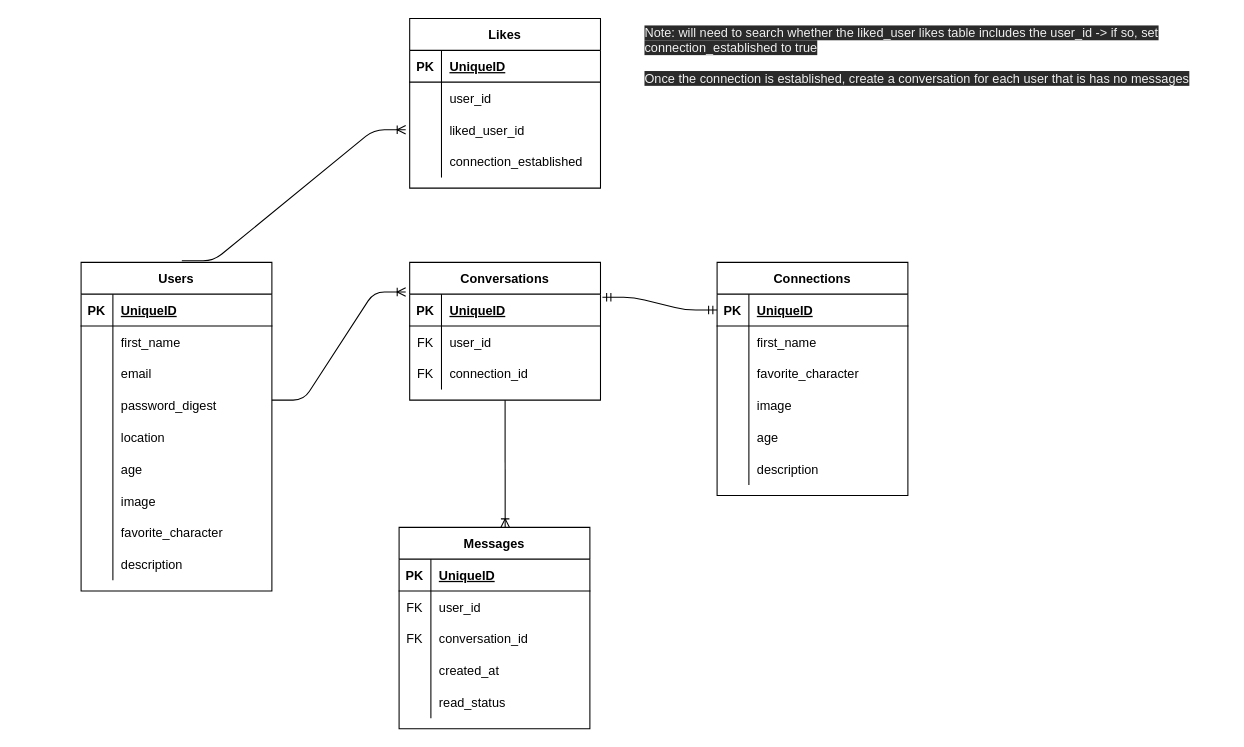
Before: ERD.drawio in matt-draghi/mos-nerdley-cantina, a draw.io diagram. Source tidied: cells renumbered, new cells numbered last; positions are measured from the earlier drawing's top-left corner, leaving out a move shared by most shapes. Both pictures are drawn from the tidied source at 106%, with x=0, y=0 at pixel (81, 18).
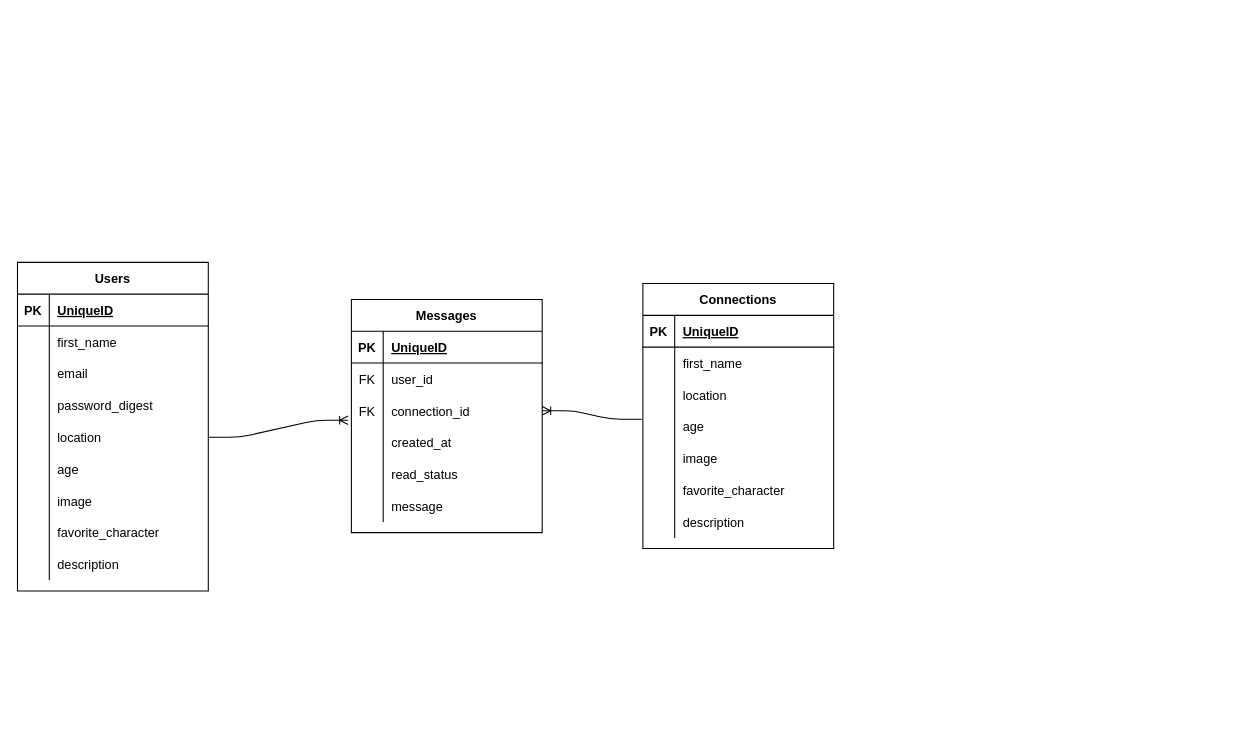
The same page after the edit.

Commit message (it also covers changes not shown here):
Created messages and connections tables; added two additional test users; create connections controller and model, and added index route for connections

Unchanged cells that the change refers to:
```xml
<mxCell id="15" style="shape=partialRectangle;fillColor=none;top=0;left=0;bottom=0;right=0;points=[[0,0.5],[1,0.5]];portConstraint=eastwest;" parent="2" vertex="1">
  <mxGeometry y="150" width="180" height="30" as="geometry" />
</mxCell>
<mxCell id="66" style="shape=partialRectangle;fillColor=none;top=0;left=0;bottom=0;right=0;points=[[0,0.5],[1,0.5]];portConstraint=eastwest;" parent="59" vertex="1">
  <mxGeometry y="90" width="180" height="30" as="geometry" />
</mxCell>
```

Diff of the diagram source:
```diff
@@
     <mxCell id="2" value="Users" style="shape=table;startSize=30;childLayout=tableLayout;rowLines=0;fontStyle=1;align=center;" parent="1" vertex="1">
-      <mxGeometry y="230" width="180" height="310" as="geometry" />
+      <mxGeometry x="-60" y="230" width="180" height="310" as="geometry" />
     </mxCell>
@@
-    <mxCell id="30" value="Conversations" style="shape=table;startSize=30;childLayout=tableLayout;rowLines=0;fontStyle=1;align=center;" parent="1" vertex="1">
-      <mxGeometry x="310" y="230" width="180" height="130" as="geometry" />
-    </mxCell>
-    <mxCell id="31" style="shape=partialRectangle;fillColor=none;top=0;left=0;bottom=1;right=0;points=[[0,0.5],[1,0.5]];portConstraint=eastwest;" parent="30" vertex="1">
-      <mxGeometry y="30" width="180" height="30" as="geometry" />
-    </mxCell>
-    <mxCell id="32" value="PK" style="shape=partialRectangle;fillColor=none;top=0;left=0;bottom=0;right=0;fontStyle=1;overflow=hidden;" parent="31" vertex="1">
-      <mxGeometry width="30" height="30" as="geometry" />
-    </mxCell>
-    <mxCell id="33" value="UniqueID" style="shape=partialRectangle;fillColor=none;top=0;left=0;bottom=0;right=0;align=left;spacingLeft=6;fontStyle=5;overflow=hidden;" parent="31" vertex="1">
-      <mxGeometry x="30" width="150" height="30" as="geometry" />
-    </mxCell>
-    <mxCell id="34" style="shape=partialRectangle;fillColor=none;top=0;left=0;bottom=0;right=0;" parent="30" vertex="1">
-      <mxGeometry y="60" width="180" height="30" as="geometry" />
-    </mxCell>
-    <mxCell id="35" value="FK" style="shape=partialRectangle;fillColor=none;top=0;left=0;bottom=0;right=0;overflow=hidden;" parent="34" vertex="1">
-      <mxGeometry width="30" height="30" as="geometry" />
-    </mxCell>
-    <mxCell id="36" value="user_id" style="shape=partialRectangle;fillColor=none;top=0;left=0;bottom=0;right=0;align=left;spacingLeft=6;overflow=hidden;" parent="34" vertex="1">
-      <mxGeometry x="30" width="150" height="30" as="geometry" />
-    </mxCell>
-    <mxCell id="37" style="shape=partialRectangle;fillColor=none;top=0;left=0;bottom=0;right=0;" parent="30" vertex="1">
-      <mxGeometry y="90" width="180" height="30" as="geometry" />
-    </mxCell>
-    <mxCell id="38" value="FK" style="shape=partialRectangle;fillColor=none;top=0;left=0;bottom=0;right=0;overflow=hidden;" parent="37" vertex="1">
-      <mxGeometry width="30" height="30" as="geometry" />
-    </mxCell>
-    <mxCell id="39" value="connection_id" style="shape=partialRectangle;fillColor=none;top=0;left=0;bottom=0;right=0;align=left;spacingLeft=6;overflow=hidden;" parent="37" vertex="1">
-      <mxGeometry x="30" width="150" height="30" as="geometry" />
-    </mxCell>
-    <mxCell id="40" value="Connections" style="shape=table;startSize=30;childLayout=tableLayout;rowLines=0;fontStyle=1;align=center;" parent="1" vertex="1">
-      <mxGeometry x="600" y="230" width="180" height="220" as="geometry" />
-    </mxCell>
-    <mxCell id="41" style="shape=partialRectangle;fillColor=none;top=0;left=0;bottom=1;right=0;points=[[0,0.5],[1,0.5]];portConstraint=eastwest;" parent="40" vertex="1">
-      <mxGeometry y="30" width="180" height="30" as="geometry" />
-    </mxCell>
-    <mxCell id="42" value="PK" style="shape=partialRectangle;fillColor=none;top=0;left=0;bottom=0;right=0;fontStyle=1;overflow=hidden;" parent="41" vertex="1">
-      <mxGeometry width="30" height="30" as="geometry" />
-    </mxCell>
-    <mxCell id="43" value="UniqueID" style="shape=partialRectangle;fillColor=none;top=0;left=0;bottom=0;right=0;align=left;spacingLeft=6;fontStyle=5;overflow=hidden;" parent="41" vertex="1">
-      <mxGeometry x="30" width="150" height="30" as="geometry" />
-    </mxCell>
-    <mxCell id="44" style="shape=partialRectangle;fillColor=none;top=0;left=0;bottom=0;right=0;" parent="40" vertex="1">
-      <mxGeometry y="60" width="180" height="30" as="geometry" />
-    </mxCell>
-    <mxCell id="45" style="shape=partialRectangle;fillColor=none;top=0;left=0;bottom=0;right=0;overflow=hidden;" parent="44" vertex="1">
-      <mxGeometry width="30" height="30" as="geometry" />
-    </mxCell>
-    <mxCell id="46" value="first_name" style="shape=partialRectangle;fillColor=none;top=0;left=0;bottom=0;right=0;align=left;spacingLeft=6;overflow=hidden;" parent="44" vertex="1">
-      <mxGeometry x="30" width="150" height="30" as="geometry" />
-    </mxCell>
-    <mxCell id="47" style="shape=partialRectangle;fillColor=none;top=0;left=0;bottom=0;right=0;" parent="40" vertex="1">
-      <mxGeometry y="90" width="180" height="30" as="geometry" />
-    </mxCell>
-    <mxCell id="48" style="shape=partialRectangle;fillColor=none;top=0;left=0;bottom=0;right=0;overflow=hidden;" parent="47" vertex="1">
-      <mxGeometry width="30" height="30" as="geometry" />
-    </mxCell>
-    <mxCell id="49" value="favorite_character" style="shape=partialRectangle;fillColor=none;top=0;left=0;bottom=0;right=0;align=left;spacingLeft=6;overflow=hidden;" parent="47" vertex="1">
-      <mxGeometry x="30" width="150" height="30" as="geometry" />
-    </mxCell>
-    <mxCell id="50" style="shape=partialRectangle;fillColor=none;top=0;left=0;bottom=0;right=0;" parent="40" vertex="1">
-      <mxGeometry y="120" width="180" height="30" as="geometry" />
-    </mxCell>
-    <mxCell id="51" style="shape=partialRectangle;fillColor=none;top=0;left=0;bottom=0;right=0;overflow=hidden;" parent="50" vertex="1">
-      <mxGeometry width="30" height="30" as="geometry" />
-    </mxCell>
-    <mxCell id="52" value="image" style="shape=partialRectangle;fillColor=none;top=0;left=0;bottom=0;right=0;align=left;spacingLeft=6;overflow=hidden;" parent="50" vertex="1">
-      <mxGeometry x="30" width="150" height="30" as="geometry" />
-    </mxCell>
-    <mxCell id="53" style="shape=partialRectangle;fillColor=none;top=0;left=0;bottom=0;right=0;" parent="40" vertex="1">
-      <mxGeometry y="150" width="180" height="30" as="geometry" />
-    </mxCell>
-    <mxCell id="54" style="shape=partialRectangle;fillColor=none;top=0;left=0;bottom=0;right=0;overflow=hidden;" parent="53" vertex="1">
-      <mxGeometry width="30" height="30" as="geometry" />
-    </mxCell>
-    <mxCell id="55" value="age" style="shape=partialRectangle;fillColor=none;top=0;left=0;bottom=0;right=0;align=left;spacingLeft=6;overflow=hidden;" parent="53" vertex="1">
-      <mxGeometry x="30" width="150" height="30" as="geometry" />
-    </mxCell>
-    <mxCell id="56" style="shape=partialRectangle;fillColor=none;top=0;left=0;bottom=0;right=0;" parent="40" vertex="1">
-      <mxGeometry y="180" width="180" height="30" as="geometry" />
-    </mxCell>
-    <mxCell id="57" style="shape=partialRectangle;fillColor=none;top=0;left=0;bottom=0;right=0;overflow=hidden;" parent="56" vertex="1">
-      <mxGeometry width="30" height="30" as="geometry" />
-    </mxCell>
-    <mxCell id="58" value="description" style="shape=partialRectangle;fillColor=none;top=0;left=0;bottom=0;right=0;align=left;spacingLeft=6;overflow=hidden;" parent="56" vertex="1">
-      <mxGeometry x="30" width="150" height="30" as="geometry" />
-    </mxCell>
     <mxCell id="59" value="Messages" style="shape=table;startSize=30;childLayout=tableLayout;rowLines=0;fontStyle=1;align=center;" parent="1" vertex="1">
-      <mxGeometry x="300" y="480" width="180" height="190" as="geometry" />
+      <mxGeometry x="255" y="265" width="180" height="220" as="geometry" />
     </mxCell>
@@
-    <mxCell id="68" value="conversation_id" style="shape=partialRectangle;fillColor=none;top=0;left=0;bottom=0;right=0;align=left;spacingLeft=6;overflow=hidden;" parent="66" vertex="1">
+    <mxCell id="68" value="connection_id" style="shape=partialRectangle;fillColor=none;top=0;left=0;bottom=0;right=0;align=left;spacingLeft=6;overflow=hidden;" parent="66" vertex="1">
       <mxGeometry x="30" width="150" height="30" as="geometry" />
     </mxCell>
@@
-    <mxCell id="75" style="edgeStyle=entityRelationEdgeStyle;fontSize=12;html=1;endArrow=ERoneToMany;entryX=-0.021;entryY=-0.067;entryDx=0;entryDy=0;entryPerimeter=0;" parent="1" edge="1" target="31">
-      <mxGeometry relative="1" as="geometry">
-        <mxPoint x="180" y="360" as="sourcePoint" />
-      </mxGeometry>
-    </mxCell>
-    <mxCell id="76" style="edgeStyle=entityRelationEdgeStyle;fontSize=12;html=1;endArrow=ERmandOne;startArrow=ERmandOne;entryX=0;entryY=0.5;entryDx=0;entryDy=0;exitX=1.01;exitY=0.1;exitDx=0;exitDy=0;exitPerimeter=0;" parent="1" edge="1" source="31" target="41">
-      <mxGeometry relative="1" as="geometry" />
-    </mxCell>
-    <mxCell id="77" style="fontSize=12;html=1;endArrow=ERoneToMany;exitX=0.5;exitY=1;exitDx=0;exitDy=0;entryX=0.556;entryY=0;entryDx=0;entryDy=0;entryPerimeter=0;" parent="1" edge="1" source="30" target="59">
-      <mxGeometry relative="1" as="geometry" />
-    </mxCell>
-    <mxCell id="78" value="Likes" style="shape=table;startSize=30;childLayout=tableLayout;rowLines=0;fontStyle=1;align=center;" parent="1" vertex="1">
-      <mxGeometry x="310" width="180" height="160" as="geometry" />
-    </mxCell>
-    <mxCell id="79" style="shape=partialRectangle;fillColor=none;top=0;left=0;bottom=1;right=0;" parent="78" vertex="1">
-      <mxGeometry y="30" width="180" height="30" as="geometry" />
-    </mxCell>
-    <mxCell id="80" value="PK" style="shape=partialRectangle;fillColor=none;top=0;left=0;bottom=0;right=0;fontStyle=1;overflow=hidden;" parent="79" vertex="1">
-      <mxGeometry width="30" height="30" as="geometry" />
-    </mxCell>
-    <mxCell id="81" value="UniqueID" style="shape=partialRectangle;fillColor=none;top=0;left=0;bottom=0;right=0;align=left;spacingLeft=6;fontStyle=5;overflow=hidden;" parent="79" vertex="1">
-      <mxGeometry x="30" width="150" height="30" as="geometry" />
-    </mxCell>
-    <mxCell id="82" style="shape=partialRectangle;fillColor=none;top=0;left=0;bottom=0;right=0;" parent="78" vertex="1">
-      <mxGeometry y="60" width="180" height="30" as="geometry" />
-    </mxCell>
-    <mxCell id="83" style="shape=partialRectangle;fillColor=none;top=0;left=0;bottom=0;right=0;overflow=hidden;" parent="82" vertex="1">
-      <mxGeometry width="30" height="30" as="geometry" />
-    </mxCell>
-    <mxCell id="84" value="user_id" style="shape=partialRectangle;fillColor=none;top=0;left=0;bottom=0;right=0;align=left;spacingLeft=6;overflow=hidden;" parent="82" vertex="1">
-      <mxGeometry x="30" width="150" height="30" as="geometry" />
-    </mxCell>
-    <mxCell id="85" style="shape=partialRectangle;fillColor=none;top=0;left=0;bottom=0;right=0;points=[[0,0.5],[1,0.5]];portConstraint=eastwest;" parent="78" vertex="1">
-      <mxGeometry y="90" width="180" height="30" as="geometry" />
-    </mxCell>
-    <mxCell id="86" style="shape=partialRectangle;fillColor=none;top=0;left=0;bottom=0;right=0;overflow=hidden;" parent="85" vertex="1">
-      <mxGeometry width="30" height="30" as="geometry" />
-    </mxCell>
-    <mxCell id="87" value="liked_user_id" style="shape=partialRectangle;fillColor=none;top=0;left=0;bottom=0;right=0;align=left;spacingLeft=6;overflow=hidden;" parent="85" vertex="1">
-      <mxGeometry x="30" width="150" height="30" as="geometry" />
-    </mxCell>
-    <mxCell id="88" style="shape=partialRectangle;fillColor=none;top=0;left=0;bottom=0;right=0;" parent="78" vertex="1">
-      <mxGeometry y="120" width="180" height="30" as="geometry" />
-    </mxCell>
-    <mxCell id="89" style="shape=partialRectangle;fillColor=none;top=0;left=0;bottom=0;right=0;overflow=hidden;" parent="88" vertex="1">
-      <mxGeometry width="30" height="30" as="geometry" />
-    </mxCell>
-    <mxCell id="90" value="connection_established" style="shape=partialRectangle;fillColor=none;top=0;left=0;bottom=0;right=0;align=left;spacingLeft=6;overflow=hidden;" parent="88" vertex="1">
-      <mxGeometry x="30" width="150" height="30" as="geometry" />
-    </mxCell>
-    <mxCell id="91" style="edgeStyle=entityRelationEdgeStyle;fontSize=12;html=1;endArrow=ERoneToMany;exitX=0.528;exitY=-0.005;exitDx=0;exitDy=0;exitPerimeter=0;entryX=-0.021;entryY=0.496;entryDx=0;entryDy=0;entryPerimeter=0;" parent="1" edge="1" source="2" target="85">
-      <mxGeometry relative="1" as="geometry" />
-    </mxCell>
-    <mxCell id="92" value="&lt;span style=&quot;color: rgb(240 , 240 , 240) ; font-family: &amp;#34;helvetica&amp;#34; ; font-size: 12px ; font-style: normal ; font-weight: 400 ; letter-spacing: normal ; text-align: center ; text-indent: 0px ; text-transform: none ; word-spacing: 0px ; background-color: rgb(42 , 42 , 42) ; display: inline ; float: none&quot;&gt;Note: will need to search whether the liked_user likes table includes the user_id -&amp;gt; if so, set connection_established to true&lt;br&gt;&lt;br&gt;Once the connection is established, create a conversation for each user that is has no messages&lt;br&gt;&lt;/span&gt;" style="text;whiteSpace=wrap;html=1;" parent="1" vertex="1">
-      <mxGeometry x="530" width="550" height="80" as="geometry" />
-    </mxCell>
+    <mxCell id="93" style="shape=partialRectangle;fillColor=none;top=0;left=0;bottom=0;right=0;" parent="59" vertex="1">
+      <mxGeometry y="180" width="180" height="30" as="geometry" />
+    </mxCell>
+    <mxCell id="94" style="shape=partialRectangle;fillColor=none;top=0;left=0;bottom=0;right=0;overflow=hidden;" parent="93" vertex="1">
+      <mxGeometry width="30" height="30" as="geometry" />
+    </mxCell>
+    <mxCell id="95" value="message" style="shape=partialRectangle;fillColor=none;top=0;left=0;bottom=0;right=0;align=left;spacingLeft=6;overflow=hidden;" parent="93" vertex="1">
+      <mxGeometry x="30" width="150" height="30" as="geometry" />
+    </mxCell>
+    <mxCell id="58" value="Connections" style="shape=table;startSize=30;childLayout=tableLayout;rowLines=0;fontStyle=1;align=center;" parent="1" vertex="1">
+      <mxGeometry x="530" y="250" width="180" height="250" as="geometry" />
+    </mxCell>
+    <mxCell id="96" style="shape=partialRectangle;fillColor=none;top=0;left=0;bottom=1;right=0;" parent="58" vertex="1">
+      <mxGeometry y="30" width="180" height="30" as="geometry" />
+    </mxCell>
+    <mxCell id="97" value="PK" style="shape=partialRectangle;fillColor=none;top=0;left=0;bottom=0;right=0;fontStyle=1;overflow=hidden;" parent="96" vertex="1">
+      <mxGeometry width="30" height="30" as="geometry" />
+    </mxCell>
+    <mxCell id="98" value="UniqueID" style="shape=partialRectangle;fillColor=none;top=0;left=0;bottom=0;right=0;align=left;spacingLeft=6;fontStyle=5;overflow=hidden;" parent="96" vertex="1">
+      <mxGeometry x="30" width="150" height="30" as="geometry" />
+    </mxCell>
+    <mxCell id="99" style="shape=partialRectangle;fillColor=none;top=0;left=0;bottom=0;right=0;" parent="58" vertex="1">
+      <mxGeometry y="60" width="180" height="30" as="geometry" />
+    </mxCell>
+    <mxCell id="100" style="shape=partialRectangle;fillColor=none;top=0;left=0;bottom=0;right=0;overflow=hidden;" parent="99" vertex="1">
+      <mxGeometry width="30" height="30" as="geometry" />
+    </mxCell>
+    <mxCell id="46" value="first_name" style="shape=partialRectangle;fillColor=none;top=0;left=0;bottom=0;right=0;align=left;spacingLeft=6;overflow=hidden;" parent="99" vertex="1">
+      <mxGeometry x="30" width="150" height="30" as="geometry" />
+    </mxCell>
+    <mxCell id="101" style="shape=partialRectangle;fillColor=none;top=0;left=0;bottom=0;right=0;" parent="58" vertex="1">
+      <mxGeometry y="90" width="180" height="30" as="geometry" />
+    </mxCell>
+    <mxCell id="102" style="shape=partialRectangle;fillColor=none;top=0;left=0;bottom=0;right=0;overflow=hidden;" parent="101" vertex="1">
+      <mxGeometry width="30" height="30" as="geometry" />
+    </mxCell>
+    <mxCell id="103" value="location" style="shape=partialRectangle;fillColor=none;top=0;left=0;bottom=0;right=0;align=left;spacingLeft=6;overflow=hidden;" parent="101" vertex="1">
+      <mxGeometry x="30" width="150" height="30" as="geometry" />
+    </mxCell>
+    <mxCell id="104" style="shape=partialRectangle;fillColor=none;top=0;left=0;bottom=0;right=0;points=[[0,0.5],[1,0.5]];portConstraint=eastwest;" parent="58" vertex="1">
+      <mxGeometry y="120" width="180" height="30" as="geometry" />
+    </mxCell>
+    <mxCell id="105" style="shape=partialRectangle;fillColor=none;top=0;left=0;bottom=0;right=0;overflow=hidden;" parent="104" vertex="1">
+      <mxGeometry width="30" height="30" as="geometry" />
+    </mxCell>
+    <mxCell id="55" value="age" style="shape=partialRectangle;fillColor=none;top=0;left=0;bottom=0;right=0;align=left;spacingLeft=6;overflow=hidden;" parent="104" vertex="1">
+      <mxGeometry x="30" width="150" height="30" as="geometry" />
+    </mxCell>
+    <mxCell id="53" style="shape=partialRectangle;fillColor=none;top=0;left=0;bottom=0;right=0;" parent="58" vertex="1">
+      <mxGeometry y="150" width="180" height="30" as="geometry" />
+    </mxCell>
+    <mxCell id="106" style="shape=partialRectangle;fillColor=none;top=0;left=0;bottom=0;right=0;overflow=hidden;" parent="53" vertex="1">
+      <mxGeometry width="30" height="30" as="geometry" />
+    </mxCell>
+    <mxCell id="52" value="image" style="shape=partialRectangle;fillColor=none;top=0;left=0;bottom=0;right=0;align=left;spacingLeft=6;overflow=hidden;" parent="53" vertex="1">
+      <mxGeometry x="30" width="150" height="30" as="geometry" />
+    </mxCell>
+    <mxCell id="107" style="shape=partialRectangle;fillColor=none;top=0;left=0;bottom=0;right=0;" parent="58" vertex="1">
+      <mxGeometry y="180" width="180" height="30" as="geometry" />
+    </mxCell>
+    <mxCell id="108" style="shape=partialRectangle;fillColor=none;top=0;left=0;bottom=0;right=0;overflow=hidden;" parent="107" vertex="1">
+      <mxGeometry width="30" height="30" as="geometry" />
+    </mxCell>
+    <mxCell id="49" value="favorite_character" style="shape=partialRectangle;fillColor=none;top=0;left=0;bottom=0;right=0;align=left;spacingLeft=6;overflow=hidden;" parent="107" vertex="1">
+      <mxGeometry x="30" width="150" height="30" as="geometry" />
+    </mxCell>
+    <mxCell id="109" style="shape=partialRectangle;fillColor=none;top=0;left=0;bottom=0;right=0;" parent="58" vertex="1">
+      <mxGeometry y="210" width="180" height="30" as="geometry" />
+    </mxCell>
+    <mxCell id="110" style="shape=partialRectangle;fillColor=none;top=0;left=0;bottom=0;right=0;overflow=hidden;" parent="109" vertex="1">
+      <mxGeometry width="30" height="30" as="geometry" />
+    </mxCell>
+    <mxCell id="111" value="description" style="shape=partialRectangle;fillColor=none;top=0;left=0;bottom=0;right=0;align=left;spacingLeft=6;overflow=hidden;" parent="109" vertex="1">
+      <mxGeometry x="30" width="150" height="30" as="geometry" />
+    </mxCell>
+    <mxCell id="112" style="edgeStyle=entityRelationEdgeStyle;fontSize=12;html=1;endArrow=ERoneToMany;exitX=1;exitY=0.5;exitDx=0;exitDy=0;entryX=-0.017;entryY=0.8;entryDx=0;entryDy=0;entryPerimeter=0;" parent="1" edge="1" source="15" target="66">
+      <mxGeometry relative="1" as="geometry" />
+    </mxCell>
+    <mxCell id="113" style="edgeStyle=entityRelationEdgeStyle;fontSize=12;html=1;endArrow=ERoneToMany;exitX=-0.006;exitY=0.267;exitDx=0;exitDy=0;entryX=1;entryY=0.5;entryDx=0;entryDy=0;exitPerimeter=0;" parent="1" edge="1" source="104" target="66">
+      <mxGeometry relative="1" as="geometry" />
+    </mxCell>
```
